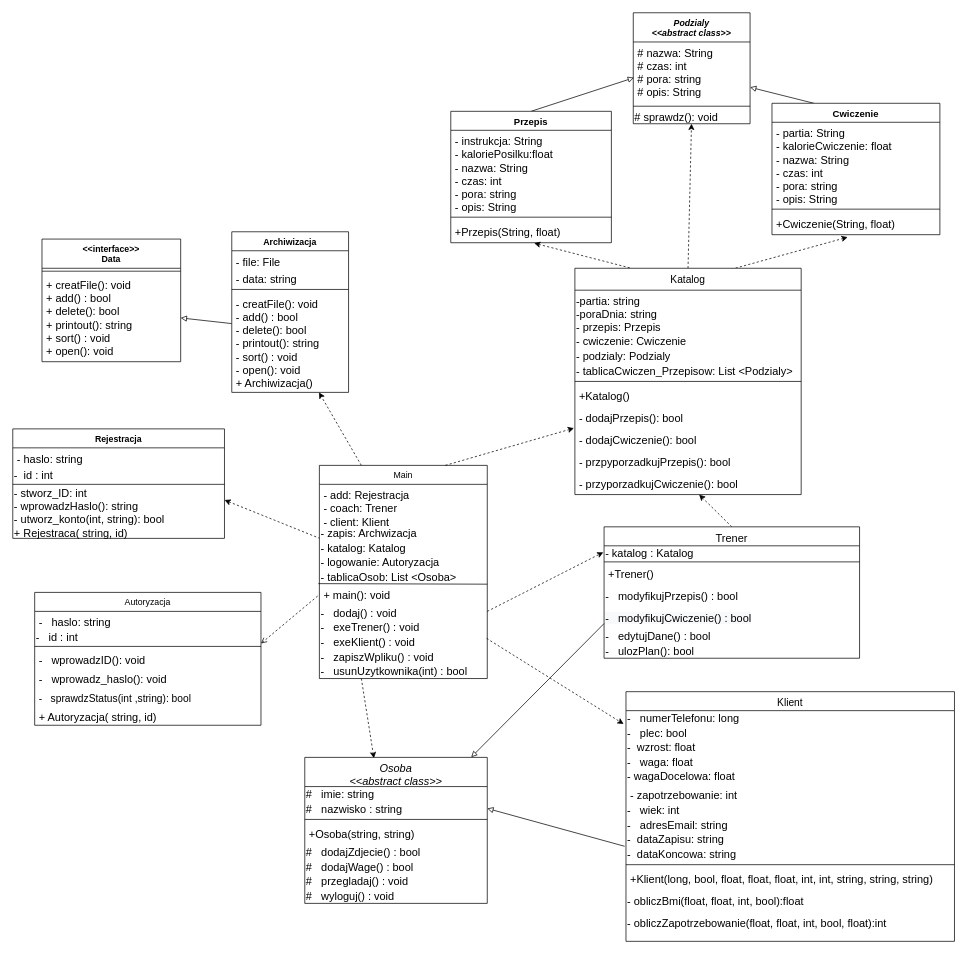
This is Untitled Diagram.drawio from szarl/Projekt-Programowanie-Obiektowe, a draw.io file, before an edit. Source tidied: cells renumbered, new cells numbered last; positions are measured from the earlier drawing's top-left corner, leaving out a move shared by most shapes. Both pictures are drawn from the tidied source at 73%, with x=0, y=0 at pixel (12, 12).
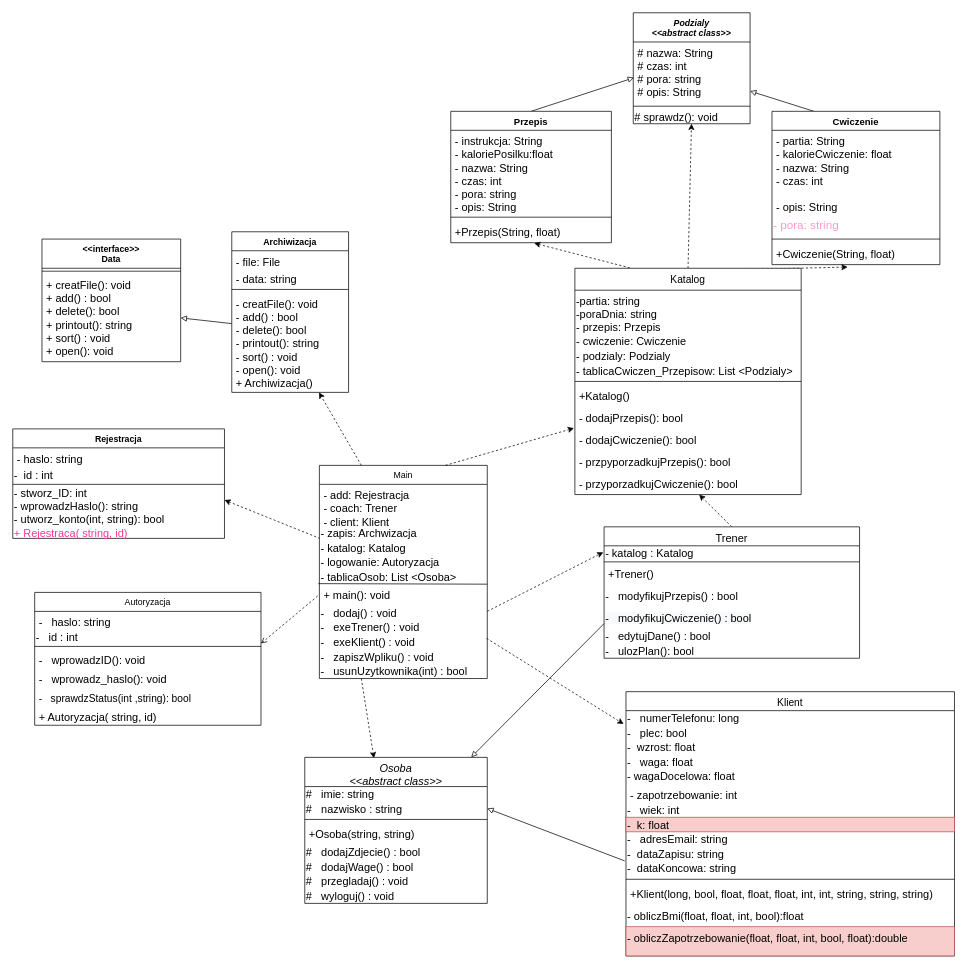
The same page after the edit.

The change refers to these unchanged cells:
```xml
<mxCell id="92" value="Rejestracja" style="swimlane;fontStyle=1;align=center;verticalAlign=top;horizontal=1;startSize=26;" parent="1" vertex="1">
  <mxGeometry y="570" width="290" height="150" as="geometry" />
</mxCell>
```

The edit, as a diff of the source:
```diff
@@
     <mxCell id="14" value="Cwiczenie" style="swimlane;fontStyle=1;align=center;verticalAlign=top;horizontal=1;startSize=26;fontSize=13;" parent="1" vertex="1">
-      <mxGeometry x="1040" y="124" width="230" height="180" as="geometry" />
+      <mxGeometry x="1040" y="135" width="230" height="210" as="geometry" />
     </mxCell>
-    <mxCell id="15" value="- partia: String&#10;- kalorieCwiczenie: float&#10;- nazwa: String&#10;- czas: int&#10;- pora: string&#10;- opis: String" style="text;strokeColor=none;fillColor=none;align=left;verticalAlign=top;spacingLeft=4;spacingRight=4;overflow=hidden;fontSize=15;" parent="14" vertex="1">
+    <mxCell id="15" value="- partia: String&#10;- kalorieCwiczenie: float&#10;- nazwa: String&#10;- czas: int&#10;&#10;- opis: String" style="text;strokeColor=none;fillColor=none;align=left;verticalAlign=top;spacingLeft=4;spacingRight=4;overflow=hidden;fontSize=15;" parent="14" vertex="1">
       <mxGeometry y="26" width="230" height="114" as="geometry" />
     </mxCell>
+    <mxCell id="106" value="- pora: string" style="text;whiteSpace=wrap;html=1;fontSize=16;fontColor=#FF99CC;" parent="14" vertex="1">
+      <mxGeometry y="140" width="230" height="30" as="geometry" />
+    </mxCell>
     <mxCell id="16" style="line;strokeWidth=1;fillColor=none;align=left;verticalAlign=middle;spacingTop=-1;spacingLeft=3;spacingRight=3;labelPosition=right;" parent="14" vertex="1">
-      <mxGeometry y="140" width="230" height="10" as="geometry" />
+      <mxGeometry y="170" width="230" height="10" as="geometry" />
     </mxCell>
     <mxCell id="17" value="+Cwiczenie(String, float)" style="text;align=left;verticalAlign=top;spacingLeft=4;spacingRight=4;overflow=hidden;points=[[0,0.5],[1,0.5]];portConstraint=eastwest;fontSize=15;" parent="14" vertex="1">
-      <mxGeometry y="150" width="230" height="30" as="geometry" />
+      <mxGeometry y="180" width="230" height="30" as="geometry" />
     </mxCell>
@@
     <mxCell id="25" value="Klient" style="swimlane;fontStyle=0;align=center;verticalAlign=top;horizontal=1;startSize=26;rounded=0;shadow=0;strokeWidth=1;fontSize=14;" parent="1" vertex="1">
-      <mxGeometry x="840" y="930" width="450" height="342" as="geometry" />
+      <mxGeometry x="840" y="930" width="450" height="362" as="geometry" />
     </mxCell>
@@
+    <mxCell id="107" value="-  k: float" style="text;align=left;verticalAlign=middle;spacingLeft=0;spacingRight=0;overflow=hidden;rounded=0;shadow=0;html=0;fontSize=15;fillColor=#f8cecc;strokeColor=#b85450;" parent="25" vertex="1">
+      <mxGeometry y="172" width="450" height="20" as="geometry" />
+    </mxCell>
     <mxCell id="33" value="-&amp;nbsp;&amp;nbsp; adresEmail: string" style="text;html=1;align=left;verticalAlign=middle;strokeColor=none;fontSize=15;" parent="25" vertex="1">
-      <mxGeometry y="172" width="450" height="20" as="geometry" />
+      <mxGeometry y="192" width="450" height="20" as="geometry" />
     </mxCell>
     <mxCell id="34" value="-&amp;nbsp; dataZapisu: string" style="text;html=1;align=left;verticalAlign=middle;points=[];strokeColor=none;fontSize=15;" parent="25" vertex="1">
-      <mxGeometry y="192" width="450" height="20" as="geometry" />
+      <mxGeometry y="212" width="450" height="20" as="geometry" />
     </mxCell>
     <mxCell id="35" value="-&amp;nbsp; dataKoncowa: string" style="text;html=1;align=left;verticalAlign=middle;strokeColor=none;fontSize=15;" parent="25" vertex="1">
-      <mxGeometry y="212" width="450" height="20" as="geometry" />
+      <mxGeometry y="232" width="450" height="20" as="geometry" />
     </mxCell>
     <mxCell id="36" style="line;html=1;strokeWidth=1;align=left;verticalAlign=middle;spacingTop=-1;spacingLeft=3;spacingRight=3;labelPosition=right;" parent="25" vertex="1">
-      <mxGeometry y="232" width="450" height="10" as="geometry" />
+      <mxGeometry y="252" width="450" height="10" as="geometry" />
     </mxCell>
     <mxCell id="37" value="+Klient(long, bool, float, float, float, int, int, string, string, string)" style="text;align=left;verticalAlign=top;spacingLeft=4;spacingRight=4;overflow=hidden;fontSize=15;" parent="25" vertex="1">
-      <mxGeometry y="242" width="450" height="30" as="geometry" />
+      <mxGeometry y="262" width="450" height="30" as="geometry" />
     </mxCell>
     <mxCell id="38" value="&lt;font style=&quot;font-size: 15px&quot;&gt;- obliczBmi(float, float, int, bool):float&lt;/font&gt;" style="text;whiteSpace=wrap;html=1;fontSize=14;" parent="25" vertex="1">
-      <mxGeometry y="272" width="450" height="30" as="geometry" />
+      <mxGeometry y="292" width="450" height="30" as="geometry" />
     </mxCell>
-    <mxCell id="39" value="- obliczZapotrzebowanie(float, float, int, bool, float):int" style="text;whiteSpace=wrap;html=1;fontSize=15;" parent="25" vertex="1">
-      <mxGeometry y="302" width="450" height="40" as="geometry" />
+    <mxCell id="39" value="- obliczZapotrzebowanie(float, float, int, bool, float):double" style="text;whiteSpace=wrap;html=1;fontSize=15;fillColor=#f8cecc;strokeColor=#b85450;" parent="25" vertex="1">
+      <mxGeometry y="322" width="450" height="40" as="geometry" />
     </mxCell>
@@
-    <mxCell id="96" value="&lt;font style=&quot;font-size: 15px&quot;&gt;- stworz_ID: int&lt;br&gt;- wprowadzHaslo(): string&lt;br&gt;- utworz_konto(int, string): bool&lt;br&gt;+ Rejestraca( string, id)&lt;br&gt;&lt;/font&gt;" style="text;html=1;strokeColor=none;fillColor=none;align=left;verticalAlign=middle;whiteSpace=wrap;rounded=0;" parent="92" vertex="1">
+    <mxCell id="96" value="&lt;font style=&quot;font-size: 15px&quot;&gt;- stworz_ID: int&lt;br&gt;- wprowadzHaslo(): string&lt;br&gt;- utworz_konto(int, string): bool&lt;br&gt;&lt;font color=&quot;#FF3399&quot;&gt;+ Rejestraca( string, id)&lt;/font&gt;&lt;br&gt;&lt;/font&gt;" style="text;html=1;strokeColor=none;fillColor=none;align=left;verticalAlign=middle;whiteSpace=wrap;rounded=0;" parent="92" vertex="1">
       <mxGeometry y="80" width="290" height="70" as="geometry" />
     </mxCell>
```
